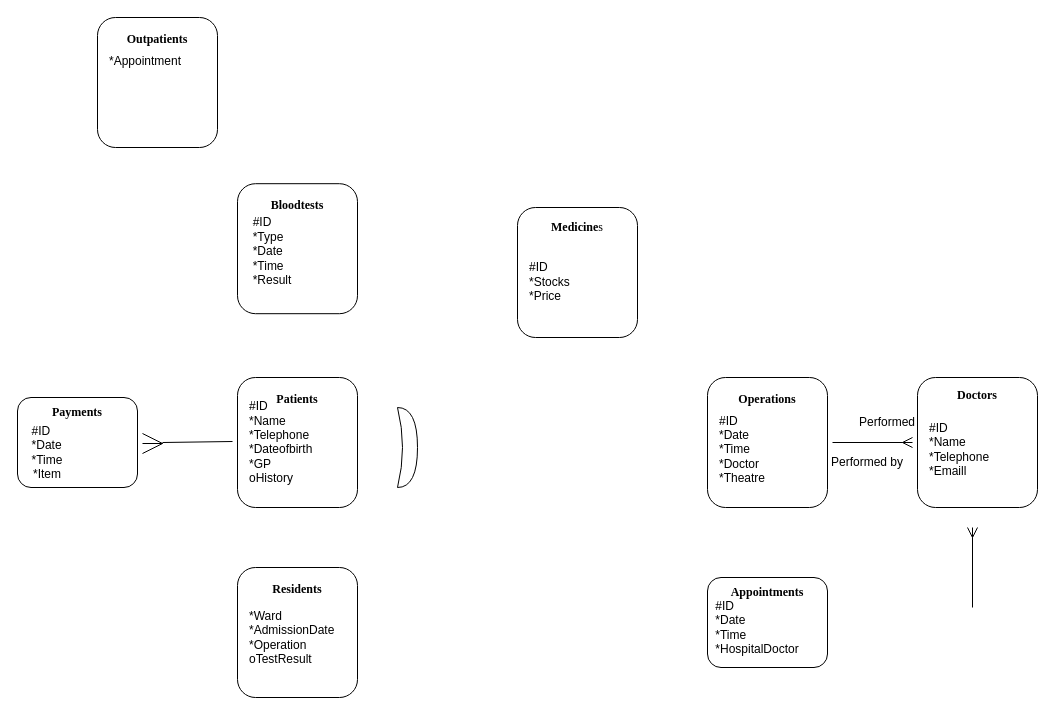
The draw.io diagram Assignment1DatabaseDesign.drawio in LordDdanielHan/test, before the edit. Source tidied: cells renumbered, new cells numbered last; positions are measured from the earlier drawing's top-left corner, leaving out a move shared by most shapes. Both pictures are drawn from the tidied source at 100%, with x=0, y=0 at pixel (17, 17).
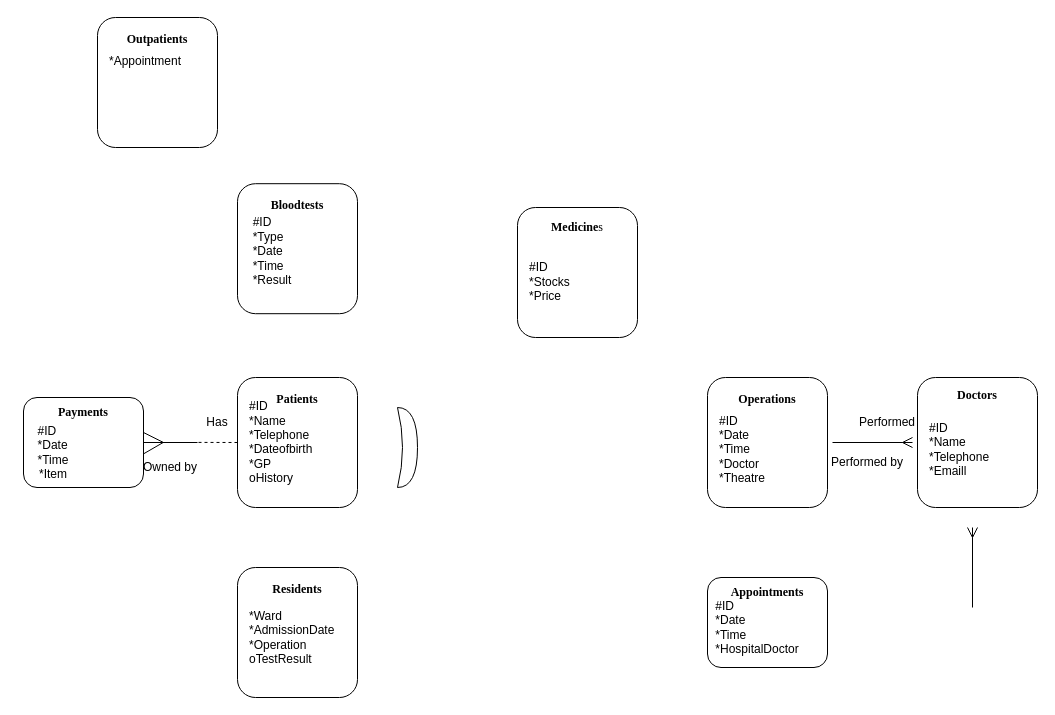
The same page after the edit.

Unchanged cells that the change refers to:
```xml
<mxCell id="3" value="&lt;br&gt;&lt;br&gt;&lt;div&gt;&lt;br&gt;&lt;/div&gt;" style="rounded=1;whiteSpace=wrap;html=1;" parent="2" vertex="1">
  <mxGeometry width="120" height="90" as="geometry" />
</mxCell>
<mxCell id="9" style="rounded=1;whiteSpace=wrap;html=1;" parent="8" vertex="1">
  <mxGeometry width="120" height="130" as="geometry" />
</mxCell>
```

Change to the diagram source:
```diff
@@
     <mxCell id="2" style="group;" parent="1" vertex="1">
-      <mxGeometry y="380" width="120" height="90" as="geometry" />
+      <mxGeometry x="6" y="380" width="120" height="90" as="geometry" />
     </mxCell>
@@
-    <mxCell id="56" style="group;rotation=-91;" parent="1" vertex="1">
-      <mxGeometry x="160" y="380" width="20" height="90" as="geometry" />
-    </mxCell>
+    <mxCell id="62" style="shape=xor;whiteSpace=wrap;html=1;" parent="1" vertex="1">
+      <mxGeometry x="380" y="390" width="20" height="80" as="geometry" />
+    </mxCell>
+    <mxCell id="63" style="group;" parent="1" vertex="1">
+      <mxGeometry x="126" y="415" width="54" height="20" as="geometry" />
+    </mxCell>
-    <mxCell id="57" style="endArrow=none;html=1;rounded=0;" parent="56" edge="1">
+    <mxCell id="57" style="endArrow=none;html=1;rounded=0;" parent="63" edge="1">
       <mxGeometry relative="1" as="geometry">
-        <mxPoint x="55" y="44" as="sourcePoint" />
-        <mxPoint x="-15" y="45" as="targetPoint" />
+        <mxPoint x="54" y="10" as="sourcePoint" />
+        <mxPoint x="19" y="10" as="targetPoint" />
       </mxGeometry>
     </mxCell>
-    <mxCell id="58" style="group;rotation=-91;" parent="56" vertex="1">
-      <mxGeometry x="-35" y="36" width="20" height="20" as="geometry" />
-    </mxCell>
-    <mxCell id="59" style="endArrow=none;html=1;rounded=0;" parent="58" edge="1">
-      <mxGeometry relative="1" as="geometry">
-        <mxPoint x="20" y="10" as="sourcePoint" />
-        <mxPoint y="20" as="targetPoint" />
-      </mxGeometry>
-    </mxCell>
+    <mxCell id="61" style="endArrow=none;html=1;rounded=0;" parent="63" edge="1">
+      <mxGeometry relative="1" as="geometry">
+        <mxPoint x="20" y="10" as="sourcePoint" />
+        <mxPoint y="10" as="targetPoint" />
+      </mxGeometry>
+    </mxCell>
+    <mxCell id="64" style="group;" parent="63" vertex="1">
+      <mxGeometry width="54" height="10.1" as="geometry" />
+    </mxCell>
-    <mxCell id="60" style="endArrow=none;html=1;rounded=0;" parent="58" edge="1">
+    <mxCell id="60" style="endArrow=none;html=1;rounded=0;" parent="64" edge="1">
       <mxGeometry relative="1" as="geometry">
         <mxPoint x="20" y="10" as="sourcePoint" />
         <mxPoint as="targetPoint" />
       </mxGeometry>
     </mxCell>
-    <mxCell id="61" style="endArrow=none;html=1;rounded=0;" parent="58" edge="1">
-      <mxGeometry relative="1" as="geometry">
-        <mxPoint x="20" y="10" as="sourcePoint" />
-        <mxPoint y="10" as="targetPoint" />
-      </mxGeometry>
-    </mxCell>
-    <mxCell id="62" style="shape=xor;whiteSpace=wrap;html=1;" parent="1" vertex="1">
-      <mxGeometry x="380" y="390" width="20" height="80" as="geometry" />
-    </mxCell>
+    <mxCell id="65" style="group;" parent="64" vertex="1">
+      <mxGeometry x="19.5" y="9.9" width="34.5" height="0.2" as="geometry" />
+    </mxCell>
+    <mxCell id="66" style="endArrow=none;html=1;rounded=0;exitX=1.003;exitY=0.624;exitDx=0;exitDy=0;exitPerimeter=0;" parent="65" edge="1" source="3">
+      <mxGeometry relative="1" as="geometry">
+        <mxPoint y="0.2" as="targetPoint" />
+      </mxGeometry>
+    </mxCell>
+    <mxCell id="67" style="endArrow=none;html=1;rounded=0;dashed=1;exitX=0;exitY=0.5;exitDx=0;exitDy=0;" parent="65" edge="1" source="9">
+      <mxGeometry relative="1" as="geometry">
+        <mxPoint x="34.5" as="targetPoint" />
+      </mxGeometry>
+    </mxCell>
+    <mxCell id="68" value="Has" style="text;html=1;align=center;verticalAlign=middle;whiteSpace=wrap;rounded=0;" parent="1" vertex="1">
+      <mxGeometry x="170" y="390" width="60" height="30" as="geometry" />
+    </mxCell>
+    <mxCell id="69" value="Owned by" style="text;html=1;align=center;verticalAlign=middle;whiteSpace=wrap;rounded=0;" parent="1" vertex="1">
+      <mxGeometry x="123" y="435" width="60" height="30" as="geometry" />
+    </mxCell>
```
